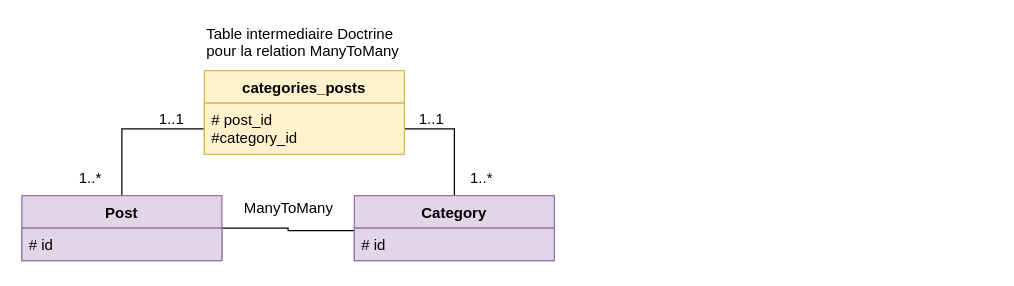
Earlier version of the draw.io diagram modele.drawio (caucrogeGit/blog). Source tidied: cells renumbered, new cells numbered last; positions are measured from the earlier drawing's top-left corner, leaving out a move shared by most shapes. Both pictures are drawn from the tidied source at 125%, with x=0, y=0 at pixel (21, 21).
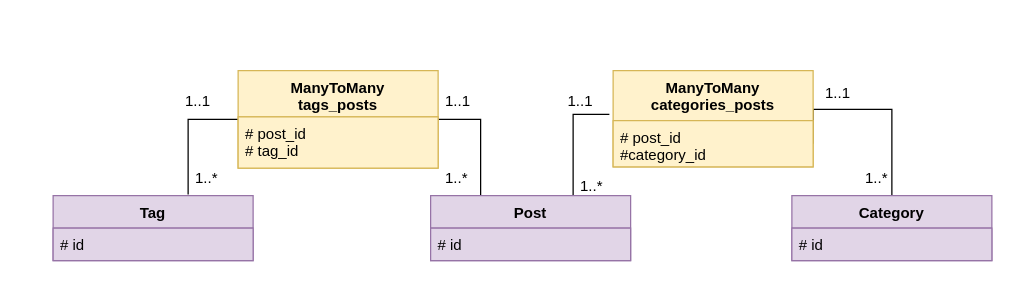
After the change.

Unchanged cells that the change refers to:
```xml
<mxCell id="8" value="# id" style="text;strokeColor=#9673a6;fillColor=#e1d5e7;align=left;verticalAlign=top;spacingLeft=4;spacingRight=4;overflow=hidden;points=[[0,0.5],[1,0.5]];portConstraint=eastwest;" parent="7" vertex="1">
  <mxGeometry y="26" width="160" height="26" as="geometry" />
</mxCell>
```

What changed in the source:
```diff
@@
-    <mxCell id="2" style="edgeStyle=orthogonalEdgeStyle;rounded=0;jettySize=auto;html=1;exitX=0.5;exitY=0;exitDx=0;exitDy=0;entryX=0;entryY=0.5;entryDx=0;entryDy=0;endArrow=none;endFill=0;" parent="1" edge="1" source="4" target="12">
-      <mxGeometry relative="1" as="geometry" />
+    <mxCell id="2" style="edgeStyle=orthogonalEdgeStyle;rounded=0;jettySize=auto;html=1;exitX=0.75;exitY=0;exitDx=0;exitDy=0;endArrow=none;endFill=0;" parent="1" edge="1" source="4">
+      <mxGeometry relative="1" as="geometry">
+        <mxPoint x="470" y="74" as="targetPoint" />
+        <Array as="points">
+          <mxPoint x="441" y="139" />
+          <mxPoint x="441" y="74" />
+        </Array>
+      </mxGeometry>
     </mxCell>
-    <mxCell id="3" style="edgeStyle=orthogonalEdgeStyle;rounded=0;jettySize=auto;html=1;exitX=1;exitY=0.5;exitDx=0;exitDy=0;entryX=0;entryY=0.077;entryDx=0;entryDy=0;entryPerimeter=0;endArrow=none;endFill=0;" parent="1" edge="1" source="4" target="8">
-      <mxGeometry relative="1" as="geometry" />
-    </mxCell>
+    <mxCell id="17" style="edgeStyle=orthogonalEdgeStyle;rounded=0;jettySize=auto;html=1;exitX=0.25;exitY=0;exitDx=0;exitDy=0;entryX=1;entryY=0.5;entryDx=0;entryDy=0;endArrow=none;endFill=0;" parent="1" edge="1" source="4" target="20">
+      <mxGeometry relative="1" as="geometry" />
+    </mxCell>
     <mxCell id="4" value="Post" style="swimlane;fontStyle=1;align=center;verticalAlign=top;horizontal=1;startSize=26;fillColor=#e1d5e7;strokeColor=#9673a6;" parent="1" vertex="1">
-      <mxGeometry y="139" width="160" height="52" as="geometry" />
+      <mxGeometry x="327" y="139" width="160" height="52" as="geometry" />
     </mxCell>
@@
     <mxCell id="6" style="edgeStyle=orthogonalEdgeStyle;rounded=0;jettySize=auto;html=1;exitX=0.5;exitY=0;exitDx=0;exitDy=0;entryX=1;entryY=0.5;entryDx=0;entryDy=0;endArrow=none;endFill=0;" parent="1" edge="1" source="7" target="12">
-      <mxGeometry relative="1" as="geometry" />
+      <mxGeometry relative="1" as="geometry">
+        <Array as="points">
+          <mxPoint x="696" y="70" />
+          <mxPoint x="633" y="70" />
+        </Array>
+      </mxGeometry>
     </mxCell>
     <mxCell id="7" value="Category" style="swimlane;fontStyle=1;align=center;verticalAlign=top;horizontal=1;startSize=26;fillColor=#e1d5e7;strokeColor=#9673a6;" parent="1" vertex="1">
-      <mxGeometry x="266" y="139" width="160" height="52" as="geometry" />
+      <mxGeometry x="616" y="139" width="160" height="52" as="geometry" />
     </mxCell>
@@
     <mxCell id="9" value="1..*&lt;br&gt;" style="text;html=1;align=left;verticalAlign=top;spacingTop=-4;" parent="1" vertex="1">
-      <mxGeometry x="44" y="115" width="28" height="14" as="geometry" />
+      <mxGeometry x="445" y="122" width="28" height="14" as="geometry" />
     </mxCell>
     <mxCell id="10" value="1..*&lt;br&gt;" style="text;html=1;align=left;verticalAlign=top;spacingTop=-4;" parent="1" vertex="1">
-      <mxGeometry x="357" y="115" width="28" height="14" as="geometry" />
+      <mxGeometry x="673" y="115" width="28" height="14" as="geometry" />
     </mxCell>
-    <mxCell id="11" value="categories_posts" style="swimlane;fontStyle=1;align=center;verticalAlign=top;horizontal=1;startSize=26;fillColor=#fff2cc;strokeColor=#d6b656;" parent="1" vertex="1">
-      <mxGeometry x="146" y="39" width="160" height="67" as="geometry" />
+    <mxCell id="11" value="ManyToMany&#10;categories_posts" style="swimlane;fontStyle=1;align=center;verticalAlign=top;horizontal=1;startSize=40;fillColor=#fff2cc;strokeColor=#d6b656;" parent="1" vertex="1">
+      <mxGeometry x="473" y="39" width="160" height="77" as="geometry" />
     </mxCell>
     <mxCell id="12" value="# post_id&#10;#category_id&#10;" style="text;strokeColor=#d6b656;fillColor=#fff2cc;align=left;verticalAlign=top;spacingLeft=4;spacingRight=4;overflow=hidden;points=[[0,0.5],[1,0.5]];portConstraint=eastwest;" parent="11" vertex="1">
-      <mxGeometry y="26" width="160" height="41" as="geometry" />
+      <mxGeometry y="40" width="160" height="37" as="geometry" />
     </mxCell>
-    <mxCell id="13" value="Table intermediaire Doctrine&lt;br&gt;pour la relation ManyToMany" style="text;html=1;align=left;verticalAlign=top;spacingTop=-4;" parent="1" vertex="1">
-      <mxGeometry x="146" width="164" height="28" as="geometry" />
-    </mxCell>
     <mxCell id="14" value="1..1" style="text;html=1;align=left;verticalAlign=top;spacingTop=-4;" parent="1" vertex="1">
-      <mxGeometry x="108" y="67.5" width="30" height="14" as="geometry" />
+      <mxGeometry x="435" y="53.5" width="30" height="14" as="geometry" />
     </mxCell>
     <mxCell id="15" value="1..1" style="text;html=1;align=left;verticalAlign=top;spacingTop=-4;" parent="1" vertex="1">
-      <mxGeometry x="316" y="67.5" width="30" height="14" as="geometry" />
+      <mxGeometry x="641" y="46.5" width="30" height="14" as="geometry" />
     </mxCell>
+    <mxCell id="18" style="edgeStyle=orthogonalEdgeStyle;rounded=0;jettySize=auto;html=1;exitX=0.675;exitY=-0.019;exitDx=0;exitDy=0;entryX=0;entryY=0.5;entryDx=0;entryDy=0;endArrow=none;endFill=0;exitPerimeter=0;" parent="1" edge="1" source="16" target="20">
+      <mxGeometry relative="1" as="geometry" />
+    </mxCell>
-    <mxCell id="16" value="ManyToMany" style="text;html=1;points=[];align=left;verticalAlign=top;spacingTop=-4;" parent="1" vertex="1">
-      <mxGeometry x="176" y="139" width="81" height="14" as="geometry" />
+    <mxCell id="16" value="Tag" style="swimlane;fontStyle=1;align=center;verticalAlign=top;horizontal=1;startSize=26;fillColor=#e1d5e7;strokeColor=#9673a6;" parent="1" vertex="1">
+      <mxGeometry x="25" y="139" width="160" height="52" as="geometry" />
     </mxCell>
+    <mxCell id="19" value="# id" style="text;strokeColor=#9673a6;fillColor=#e1d5e7;align=left;verticalAlign=top;spacingLeft=4;spacingRight=4;overflow=hidden;" parent="16" vertex="1">
+      <mxGeometry y="26" width="160" height="26" as="geometry" />
+    </mxCell>
+    <mxCell id="20" value="ManyToMany&#10;tags_posts" style="swimlane;fontStyle=1;align=center;verticalAlign=top;horizontal=1;startSize=37;fillColor=#fff2cc;strokeColor=#d6b656;" parent="1" vertex="1">
+      <mxGeometry x="173" y="39" width="160" height="78" as="geometry" />
+    </mxCell>
+    <mxCell id="21" value="# post_id&#10;# tag_id&#10;" style="text;strokeColor=#d6b656;fillColor=#fff2cc;align=left;verticalAlign=top;spacingLeft=4;spacingRight=4;overflow=hidden;" parent="20" vertex="1">
+      <mxGeometry y="37" width="160" height="41" as="geometry" />
+    </mxCell>
+    <mxCell id="22" value="1..*&lt;br&gt;" style="text;html=1;align=left;verticalAlign=top;spacingTop=-4;" parent="1" vertex="1">
+      <mxGeometry x="337" y="115" width="28" height="14" as="geometry" />
+    </mxCell>
+    <mxCell id="23" value="1..*&lt;br&gt;" style="text;html=1;align=left;verticalAlign=top;spacingTop=-4;" parent="1" vertex="1">
+      <mxGeometry x="137" y="115" width="28" height="14" as="geometry" />
+    </mxCell>
+    <mxCell id="24" value="1..1" style="text;html=1;align=left;verticalAlign=top;spacingTop=-4;" parent="1" vertex="1">
+      <mxGeometry x="129" y="53.5" width="30" height="14" as="geometry" />
+    </mxCell>
+    <mxCell id="25" value="1..1" style="text;html=1;align=left;verticalAlign=top;spacingTop=-4;" parent="1" vertex="1">
+      <mxGeometry x="337" y="53.5" width="30" height="14" as="geometry" />
+    </mxCell>
```
